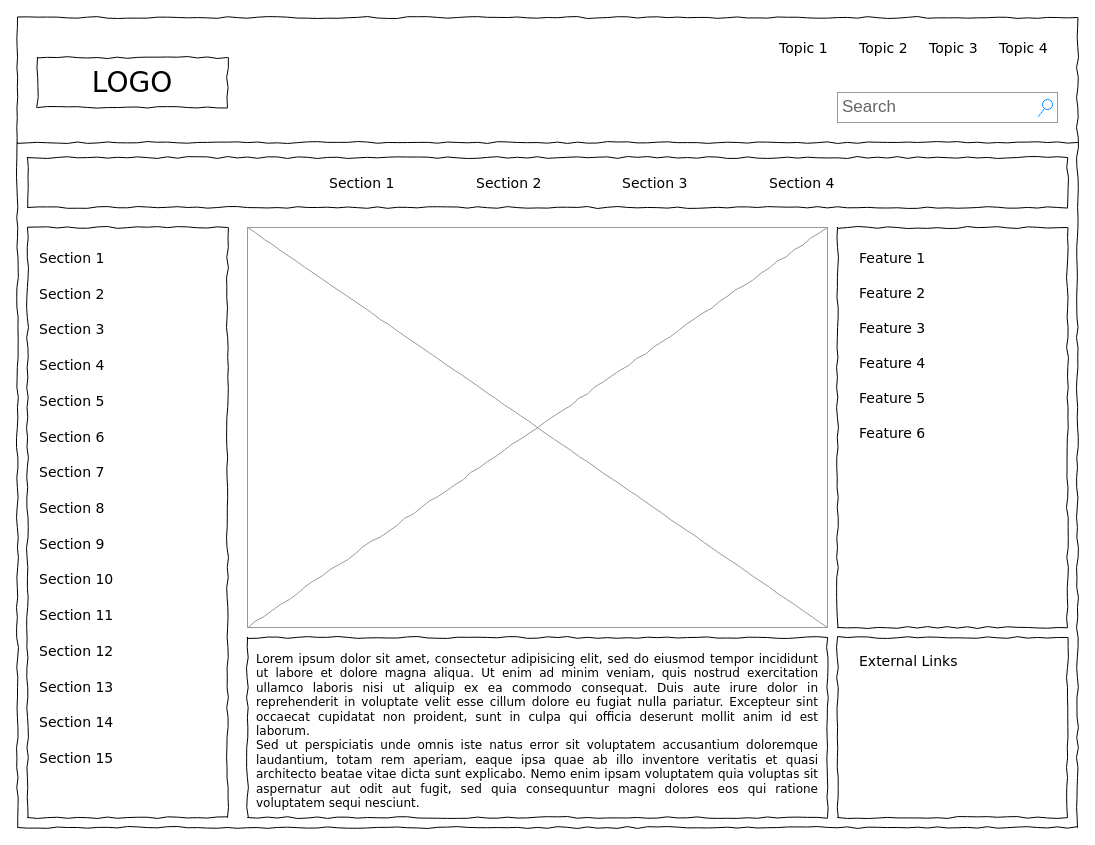
This is page "Home" (1 of 2) of web105/Untitled Diagram.drawio from ApricotMG/web105new, a draw.io file, before an edit. Source tidied: cells renumbered, new cells numbered last; positions are measured from the earlier drawing's top-left corner, leaving out a move shared by most shapes. Both pictures are drawn from the tidied source at 100%, with x=0, y=0 at pixel (17, 17).
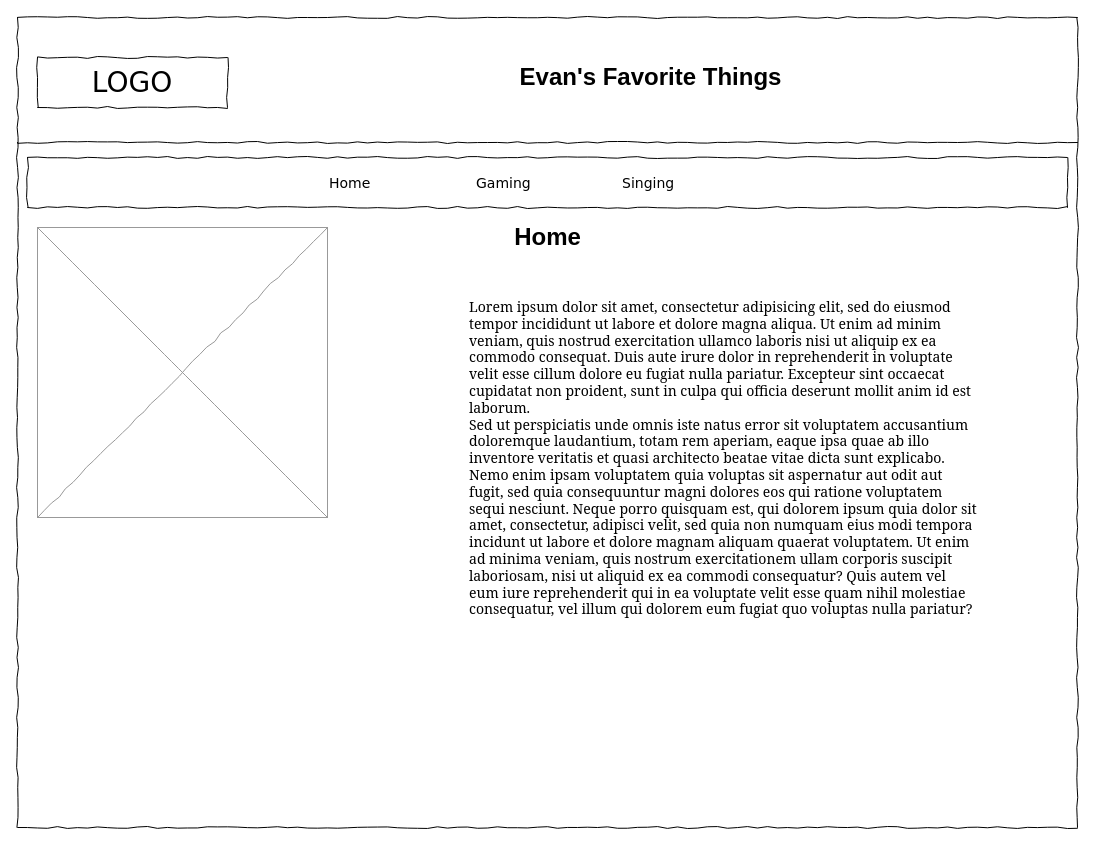
Above is the later version.

What changed in the source:
```diff
@@
-    <mxCell id="4" value="Search" style="strokeWidth=1;shadow=0;dashed=0;align=center;html=1;shape=mxgraph.mockup.forms.searchBox;strokeColor=#999999;mainText=;strokeColor2=#008cff;fontColor=#666666;fontSize=17;align=left;spacingLeft=3;rounded=0;labelBackgroundColor=none;comic=1;" parent="1" vertex="1">
-      <mxGeometry x="820" y="75" width="220" height="30" as="geometry" />
-    </mxCell>
-    <mxCell id="5" value="Topic 1" style="text;html=1;align=left;verticalAlign=top;spacingTop=-4;fontSize=14;fontFamily=Verdana;" parent="1" vertex="1">
-      <mxGeometry x="760" y="20" width="60" height="20" as="geometry" />
-    </mxCell>
-    <mxCell id="6" value="Topic 2" style="text;html=1;align=left;verticalAlign=top;spacingTop=-4;fontSize=14;fontFamily=Verdana;" parent="1" vertex="1">
-      <mxGeometry x="840" y="20" width="60" height="20" as="geometry" />
-    </mxCell>
-    <mxCell id="7" value="Topic 3" style="text;html=1;align=left;verticalAlign=top;spacingTop=-4;fontSize=14;fontFamily=Verdana;" parent="1" vertex="1">
-      <mxGeometry x="910" y="20" width="60" height="20" as="geometry" />
-    </mxCell>
-    <mxCell id="8" value="Topic 4" style="text;html=1;align=left;verticalAlign=top;spacingTop=-4;fontSize=14;fontFamily=Verdana;" parent="1" vertex="1">
-      <mxGeometry x="980" y="20" width="60" height="20" as="geometry" />
-    </mxCell>
-    <mxCell id="9" style="whiteSpace=wrap;html=1;rounded=0;shadow=0;labelBackgroundColor=none;strokeWidth=1;fillColor=none;fontFamily=Verdana;fontSize=12;align=center;comic=1;" parent="1" vertex="1">
-      <mxGeometry x="10" y="210" width="200" height="590" as="geometry" />
-    </mxCell>
@@
-    <mxCell id="12" value="Section 1" style="text;html=1;align=left;verticalAlign=top;spacingTop=-4;fontSize=14;fontFamily=Verdana;" parent="1" vertex="1">
+    <mxCell id="12" value="Home" style="text;html=1;align=left;verticalAlign=top;spacingTop=-4;fontSize=14;fontFamily=Verdana;" parent="1" vertex="1">
       <mxGeometry x="310" y="155" width="60" height="20" as="geometry" />
     </mxCell>
-    <mxCell id="13" value="Section 2" style="text;html=1;align=left;verticalAlign=top;spacingTop=-4;fontSize=14;fontFamily=Verdana;" parent="1" vertex="1">
+    <mxCell id="13" value="Gaming" style="text;html=1;align=left;verticalAlign=top;spacingTop=-4;fontSize=14;fontFamily=Verdana;" parent="1" vertex="1">
       <mxGeometry x="457" y="155" width="60" height="20" as="geometry" />
     </mxCell>
-    <mxCell id="14" value="Section 3" style="text;html=1;align=left;verticalAlign=top;spacingTop=-4;fontSize=14;fontFamily=Verdana;" parent="1" vertex="1">
+    <mxCell id="14" value="Singing" style="text;html=1;align=left;verticalAlign=top;spacingTop=-4;fontSize=14;fontFamily=Verdana;" parent="1" vertex="1">
       <mxGeometry x="603" y="155" width="60" height="20" as="geometry" />
     </mxCell>
-    <mxCell id="15" value="Section 4" style="text;html=1;align=left;verticalAlign=top;spacingTop=-4;fontSize=14;fontFamily=Verdana;" parent="1" vertex="1">
-      <mxGeometry x="750" y="155" width="60" height="20" as="geometry" />
-    </mxCell>
-    <mxCell id="16" value="&lt;div style=&quot;text-align: justify&quot;&gt;&lt;span&gt;Lorem ipsum dolor sit amet, consectetur adipisicing elit, sed do eiusmod tempor incididunt ut labore et dolore magna aliqua. Ut enim ad minim veniam, quis nostrud exercitation ullamco laboris nisi ut aliquip ex ea commodo consequat. Duis aute irure dolor in reprehenderit in voluptate velit esse cillum dolore eu fugiat nulla pariatur. Excepteur sint occaecat cupidatat non proident, sunt in culpa qui officia deserunt mollit anim id est laborum.&lt;/span&gt;&lt;/div&gt;&lt;div style=&quot;text-align: justify&quot;&gt;&lt;span&gt;Sed ut perspiciatis unde omnis iste natus error sit voluptatem accusantium doloremque laudantium, totam rem aperiam, eaque ipsa quae ab illo inventore veritatis et quasi architecto beatae vitae dicta sunt explicabo. Nemo enim ipsam voluptatem quia voluptas sit aspernatur aut odit aut fugit, sed quia consequuntur magni dolores eos qui ratione voluptatem sequi nesciunt.&amp;nbsp;&lt;/span&gt;&lt;/div&gt;" style="whiteSpace=wrap;html=1;rounded=0;shadow=0;labelBackgroundColor=none;strokeWidth=1;fillColor=none;fontFamily=Verdana;fontSize=12;align=center;verticalAlign=top;spacing=10;comic=1;" parent="1" vertex="1">
-      <mxGeometry x="230" y="620" width="580" height="180" as="geometry" />
-    </mxCell>
     <mxCell id="17" style="verticalLabelPosition=bottom;shadow=0;dashed=0;align=center;html=1;verticalAlign=top;strokeWidth=1;shape=mxgraph.mockup.graphics.simpleIcon;strokeColor=#999999;rounded=0;labelBackgroundColor=none;fontFamily=Verdana;fontSize=14;fontColor=#000000;comic=1;" parent="1" vertex="1">
-      <mxGeometry x="230" y="210" width="580" height="400" as="geometry" />
+      <mxGeometry x="20" y="210" width="290" height="290" as="geometry" />
     </mxCell>
-    <mxCell id="18" style="whiteSpace=wrap;html=1;rounded=0;shadow=0;labelBackgroundColor=none;strokeWidth=1;fillColor=none;fontFamily=Verdana;fontSize=12;align=center;comic=1;" parent="1" vertex="1">
-      <mxGeometry x="820" y="210" width="230" height="400" as="geometry" />
-    </mxCell>
-    <mxCell id="19" style="whiteSpace=wrap;html=1;rounded=0;shadow=0;labelBackgroundColor=none;strokeWidth=1;fillColor=none;fontFamily=Verdana;fontSize=12;align=center;comic=1;" parent="1" vertex="1">
-      <mxGeometry x="820" y="620" width="230" height="180" as="geometry" />
-    </mxCell>
-    <mxCell id="20" value="Section 1" style="text;html=1;align=left;verticalAlign=top;spacingTop=-4;fontSize=14;fontFamily=Verdana;" parent="1" vertex="1">
-      <mxGeometry x="20" y="230" width="170" height="20" as="geometry" />
-    </mxCell>
-    <mxCell id="21" value="Section 2" style="text;html=1;align=left;verticalAlign=top;spacingTop=-4;fontSize=14;fontFamily=Verdana;" parent="1" vertex="1">
-      <mxGeometry x="20" y="266" width="170" height="20" as="geometry" />
-    </mxCell>
-    <mxCell id="22" value="Section 3" style="text;html=1;align=left;verticalAlign=top;spacingTop=-4;fontSize=14;fontFamily=Verdana;" parent="1" vertex="1">
-      <mxGeometry x="20" y="301" width="170" height="20" as="geometry" />
-    </mxCell>
-    <mxCell id="23" value="Section 4" style="text;html=1;align=left;verticalAlign=top;spacingTop=-4;fontSize=14;fontFamily=Verdana;" parent="1" vertex="1">
-      <mxGeometry x="20" y="337" width="170" height="20" as="geometry" />
-    </mxCell>
-    <mxCell id="24" value="Section 7" style="text;html=1;align=left;verticalAlign=top;spacingTop=-4;fontSize=14;fontFamily=Verdana;" parent="1" vertex="1">
-      <mxGeometry x="20" y="444" width="170" height="20" as="geometry" />
-    </mxCell>
-    <mxCell id="25" value="Section 8" style="text;html=1;align=left;verticalAlign=top;spacingTop=-4;fontSize=14;fontFamily=Verdana;" parent="1" vertex="1">
-      <mxGeometry x="20" y="480" width="170" height="20" as="geometry" />
-    </mxCell>
-    <mxCell id="26" value="Section 9" style="text;html=1;align=left;verticalAlign=top;spacingTop=-4;fontSize=14;fontFamily=Verdana;" parent="1" vertex="1">
-      <mxGeometry x="20" y="516" width="170" height="20" as="geometry" />
-    </mxCell>
-    <mxCell id="27" value="Section 10" style="text;html=1;align=left;verticalAlign=top;spacingTop=-4;fontSize=14;fontFamily=Verdana;" parent="1" vertex="1">
-      <mxGeometry x="20" y="551" width="170" height="20" as="geometry" />
-    </mxCell>
-    <mxCell id="28" value="Section 11" style="text;html=1;align=left;verticalAlign=top;spacingTop=-4;fontSize=14;fontFamily=Verdana;" parent="1" vertex="1">
-      <mxGeometry x="20" y="587" width="170" height="20" as="geometry" />
-    </mxCell>
-    <mxCell id="29" value="Section 12" style="text;html=1;align=left;verticalAlign=top;spacingTop=-4;fontSize=14;fontFamily=Verdana;" parent="1" vertex="1">
-      <mxGeometry x="20" y="623" width="170" height="20" as="geometry" />
-    </mxCell>
-    <mxCell id="30" value="Section 13" style="text;html=1;align=left;verticalAlign=top;spacingTop=-4;fontSize=14;fontFamily=Verdana;" parent="1" vertex="1">
-      <mxGeometry x="20" y="659" width="170" height="20" as="geometry" />
-    </mxCell>
-    <mxCell id="31" value="Section 14" style="text;html=1;align=left;verticalAlign=top;spacingTop=-4;fontSize=14;fontFamily=Verdana;" parent="1" vertex="1">
-      <mxGeometry x="20" y="694" width="170" height="20" as="geometry" />
-    </mxCell>
-    <mxCell id="32" value="Section 5" style="text;html=1;align=left;verticalAlign=top;spacingTop=-4;fontSize=14;fontFamily=Verdana;" parent="1" vertex="1">
-      <mxGeometry x="20" y="373" width="170" height="20" as="geometry" />
-    </mxCell>
-    <mxCell id="33" value="Section 6" style="text;html=1;align=left;verticalAlign=top;spacingTop=-4;fontSize=14;fontFamily=Verdana;" parent="1" vertex="1">
-      <mxGeometry x="20" y="409" width="170" height="20" as="geometry" />
-    </mxCell>
-    <mxCell id="34" value="Section 15" style="text;html=1;align=left;verticalAlign=top;spacingTop=-4;fontSize=14;fontFamily=Verdana;" parent="1" vertex="1">
-      <mxGeometry x="20" y="730" width="170" height="20" as="geometry" />
-    </mxCell>
-    <mxCell id="35" value="External Links" style="text;html=1;align=left;verticalAlign=top;spacingTop=-4;fontSize=14;fontFamily=Verdana;" parent="1" vertex="1">
-      <mxGeometry x="840" y="633" width="170" height="20" as="geometry" />
-    </mxCell>
-    <mxCell id="36" value="Feature 1" style="text;html=1;align=left;verticalAlign=top;spacingTop=-4;fontSize=14;fontFamily=Verdana;" parent="1" vertex="1">
-      <mxGeometry x="840" y="230" width="170" height="20" as="geometry" />
-    </mxCell>
-    <mxCell id="37" value="Feature 2" style="text;html=1;align=left;verticalAlign=top;spacingTop=-4;fontSize=14;fontFamily=Verdana;" parent="1" vertex="1">
-      <mxGeometry x="840" y="265" width="170" height="20" as="geometry" />
-    </mxCell>
-    <mxCell id="38" value="Feature 3" style="text;html=1;align=left;verticalAlign=top;spacingTop=-4;fontSize=14;fontFamily=Verdana;" parent="1" vertex="1">
-      <mxGeometry x="840" y="300" width="170" height="20" as="geometry" />
-    </mxCell>
-    <mxCell id="39" value="Feature 4" style="text;html=1;align=left;verticalAlign=top;spacingTop=-4;fontSize=14;fontFamily=Verdana;" parent="1" vertex="1">
-      <mxGeometry x="840" y="335" width="170" height="20" as="geometry" />
-    </mxCell>
-    <mxCell id="40" value="Feature 5" style="text;html=1;align=left;verticalAlign=top;spacingTop=-4;fontSize=14;fontFamily=Verdana;" parent="1" vertex="1">
-      <mxGeometry x="840" y="370" width="170" height="20" as="geometry" />
-    </mxCell>
-    <mxCell id="41" value="Feature 6" style="text;html=1;align=left;verticalAlign=top;spacingTop=-4;fontSize=14;fontFamily=Verdana;" parent="1" vertex="1">
-      <mxGeometry x="840" y="405" width="170" height="20" as="geometry" />
-    </mxCell>
+    <mxCell id="42" value="Evan's Favorite Things" style="text;strokeColor=none;fillColor=none;html=1;fontSize=24;fontStyle=1;verticalAlign=middle;align=center;" parent="1" vertex="1">
+      <mxGeometry x="583" y="40" width="100" height="40" as="geometry" />
+    </mxCell>
+    <mxCell id="43" value="Home" style="text;strokeColor=none;fillColor=none;html=1;fontSize=24;fontStyle=1;verticalAlign=middle;align=center;" parent="1" vertex="1">
+      <mxGeometry x="480" y="200" width="100" height="40" as="geometry" />
+    </mxCell>
+    <mxCell id="44" value="&lt;font style=&quot;font-size: 14px;&quot; face=&quot;Georgia&quot;&gt;Lorem ipsum dolor sit amet, consectetur adipisicing elit, sed do eiusmod tempor incididunt ut labore et dolore magna aliqua. Ut enim ad minim veniam, quis nostrud exercitation ullamco laboris nisi ut aliquip ex ea commodo consequat. Duis aute irure dolor in reprehenderit in voluptate velit esse cillum dolore eu fugiat nulla pariatur. Excepteur sint occaecat cupidatat non proident, sunt in culpa qui officia deserunt mollit anim id est laborum.&lt;br&gt;Sed ut perspiciatis unde omnis iste natus error sit voluptatem accusantium doloremque laudantium, totam rem aperiam, eaque ipsa quae ab illo inventore veritatis et quasi architecto beatae vitae dicta sunt explicabo. Nemo enim ipsam voluptatem quia voluptas sit aspernatur aut odit aut fugit, sed quia consequuntur magni dolores eos qui ratione voluptatem sequi nesciunt. Neque porro quisquam est, qui dolorem ipsum quia dolor sit amet, consectetur, adipisci velit, sed quia non numquam eius modi tempora incidunt ut labore et dolore magnam aliquam quaerat voluptatem. Ut enim ad minima veniam, quis nostrum exercitationem ullam corporis suscipit laboriosam, nisi ut aliquid ex ea commodi consequatur? Quis autem vel eum iure reprehenderit qui in ea voluptate velit esse quam nihil molestiae consequatur, vel illum qui dolorem eum fugiat quo voluptas nulla pariatur?&lt;/font&gt;" style="text;spacingTop=-5;whiteSpace=wrap;html=1;align=left;fontSize=12;fontFamily=Helvetica;fillColor=none;strokeColor=none;" parent="1" vertex="1">
+      <mxGeometry x="450" y="280" width="510" height="300" as="geometry" />
+    </mxCell>
```
